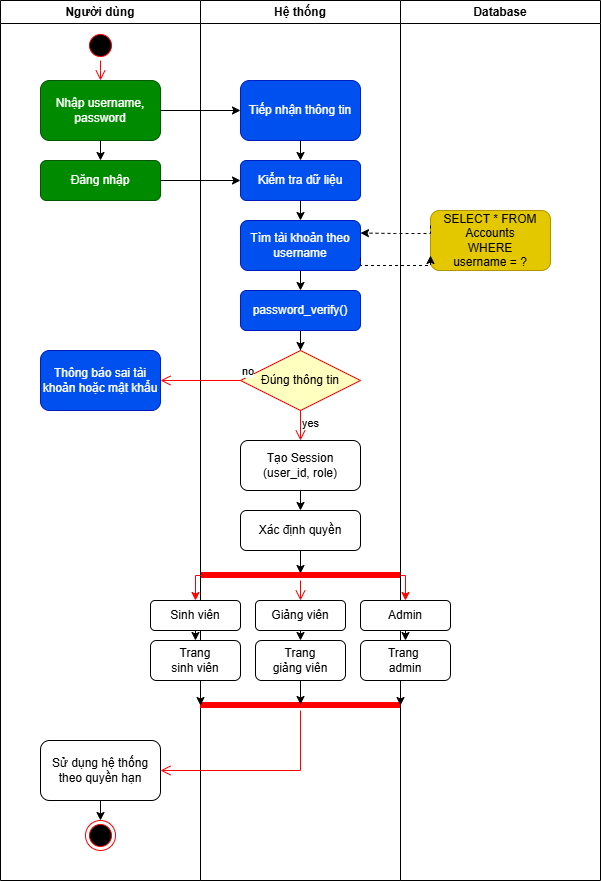
The draw.io diagram Diagrams/loginAD.png in thanhlndev/StudentManagementPHP, before a commit. Source tidied: cells renumbered, new cells last; positions are measured from the earlier drawing's top-left corner, leaving out a move shared by most shapes.
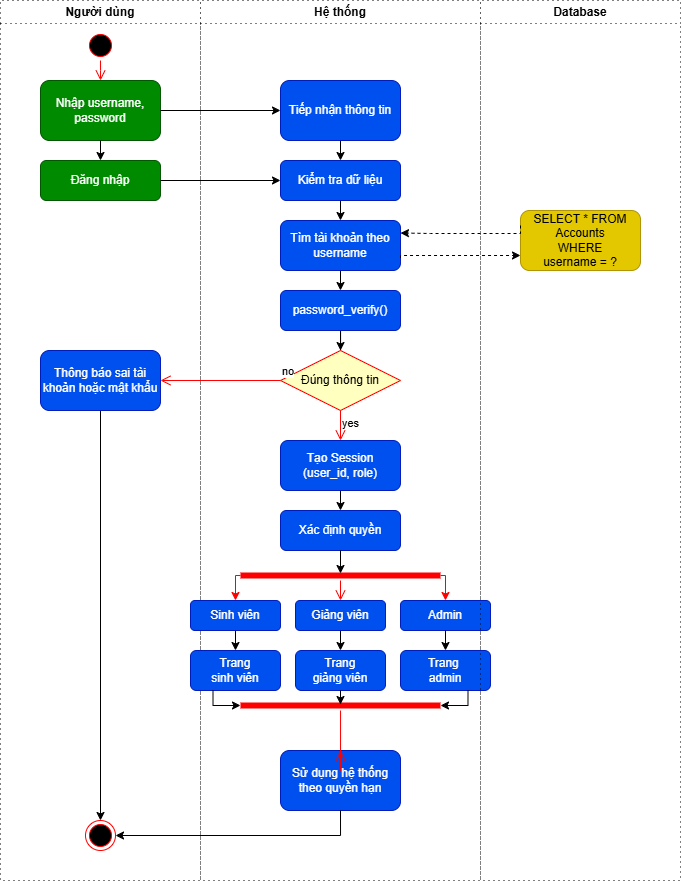
After the change.

The edit, as a diff of the source:
```diff
@@ -4,3 +4,3 @@
     <mxCell id="1" parent="0" />
-    <mxCell id="2" value="Người dùng" style="swimlane;whiteSpace=wrap;html=1;" parent="1" vertex="1">
+    <mxCell id="2" value="Người dùng" style="swimlane;whiteSpace=wrap;html=1;strokeColor=light-dark(#000000,#000000);dashed=1;dashPattern=1 4;" parent="1" vertex="1">
       <mxGeometry width="200" height="880" as="geometry" />
@@ -10,2 +10,5 @@
     </mxCell>
+    <mxCell id="52" style="edgeStyle=orthogonalEdgeStyle;rounded=0;jettySize=auto;html=1;exitX=0.5;exitY=1;exitDx=0;exitDy=0;entryX=0.5;entryY=0;entryDx=0;entryDy=0;strokeColor=light-dark(#000000,#000000);" parent="2" edge="1" source="4" target="7">
+      <mxGeometry relative="1" as="geometry" />
+    </mxCell>
     <mxCell id="4" value="Thông báo sai tài khoản hoặc mật khẩu" style="rounded=1;whiteSpace=wrap;html=1;fillColor=#0050ef;fontColor=#ffffff;strokeColor=#001DBC;" parent="2" vertex="1">
@@ -16,5 +19,2 @@
     </mxCell>
-    <mxCell id="6" style="shape=line;html=1;strokeWidth=6;strokeColor=#ff0000;" parent="2" vertex="1">
-      <mxGeometry x="200" y="570" width="200" height="10" as="geometry" />
-    </mxCell>
     <mxCell id="7" style="ellipse;html=1;shape=endState;fillColor=#000000;strokeColor=#ff0000;" parent="2" vertex="1">
@@ -22,10 +22,4 @@
     </mxCell>
-    <mxCell id="8" style="edgeStyle=orthogonalEdgeStyle;rounded=0;jettySize=auto;html=1;exitX=0.5;exitY=1;exitDx=0;exitDy=0;entryX=0.5;entryY=0;entryDx=0;entryDy=0;" parent="2" edge="1" source="9" target="7">
-      <mxGeometry relative="1" as="geometry" />
-    </mxCell>
-    <mxCell id="9" value="Sử dụng hệ thống theo quyền hạn" style="rounded=1;whiteSpace=wrap;html=1;" parent="2" vertex="1">
-      <mxGeometry x="40" y="740" width="120" height="60" as="geometry" />
-    </mxCell>
-    <mxCell id="10" value="Hệ thống" style="swimlane;whiteSpace=wrap;html=1;" parent="1" vertex="1">
-      <mxGeometry x="200" width="200" height="880" as="geometry" />
+    <mxCell id="10" value="Hệ thống" style="swimlane;whiteSpace=wrap;html=1;strokeColor=light-dark(#000000,#000000);dashed=1;dashPattern=1 4;" parent="1" vertex="1">
+      <mxGeometry x="200" width="280" height="880" as="geometry" />
     </mxCell>
@@ -34,3 +28,3 @@
     </mxCell>
-    <mxCell id="12" style="edgeStyle=orthogonalEdgeStyle;rounded=0;jettySize=auto;html=1;exitX=0.5;exitY=1;exitDx=0;exitDy=0;entryX=0.5;entryY=0;entryDx=0;entryDy=0;" parent="10" edge="1" source="13" target="15">
+    <mxCell id="12" style="edgeStyle=orthogonalEdgeStyle;rounded=0;jettySize=auto;html=1;exitX=0.5;exitY=1;exitDx=0;exitDy=0;entryX=0.5;entryY=0;entryDx=0;entryDy=0;strokeColor=light-dark(#000000,#000000);" parent="10" edge="1" source="13" target="15">
       <mxGeometry relative="1" as="geometry" />
@@ -38,5 +32,5 @@
     <mxCell id="13" value="Tiếp nhận thông tin" style="rounded=1;whiteSpace=wrap;html=1;fillColor=#0050ef;fontColor=#ffffff;strokeColor=#001DBC;" parent="10" vertex="1">
-      <mxGeometry x="40" y="80" width="120" height="60" as="geometry" />
+      <mxGeometry x="80" y="80" width="120" height="60" as="geometry" />
     </mxCell>
-    <mxCell id="14" style="edgeStyle=orthogonalEdgeStyle;rounded=0;jettySize=auto;html=1;exitX=0.5;exitY=1;exitDx=0;exitDy=0;entryX=0.5;entryY=0;entryDx=0;entryDy=0;" parent="10" edge="1" source="15" target="17">
+    <mxCell id="14" style="edgeStyle=orthogonalEdgeStyle;rounded=0;jettySize=auto;html=1;exitX=0.5;exitY=1;exitDx=0;exitDy=0;entryX=0.5;entryY=0;entryDx=0;entryDy=0;strokeColor=light-dark(#000000,#000000);" parent="10" edge="1" source="15" target="17">
       <mxGeometry relative="1" as="geometry" />
@@ -44,5 +38,5 @@
     <mxCell id="15" value="Kiểm tra dữ liệu" style="rounded=1;whiteSpace=wrap;html=1;fillColor=#0050ef;fontColor=#ffffff;strokeColor=#001DBC;" parent="10" vertex="1">
-      <mxGeometry x="40" y="160" width="120" height="40" as="geometry" />
+      <mxGeometry x="80" y="160" width="120" height="40" as="geometry" />
     </mxCell>
-    <mxCell id="16" style="edgeStyle=orthogonalEdgeStyle;rounded=0;jettySize=auto;html=1;exitX=0.5;exitY=1;exitDx=0;exitDy=0;entryX=0.5;entryY=0;entryDx=0;entryDy=0;" parent="10" edge="1" source="17" target="19">
+    <mxCell id="16" style="edgeStyle=orthogonalEdgeStyle;rounded=0;jettySize=auto;html=1;exitX=0.5;exitY=1;exitDx=0;exitDy=0;entryX=0.5;entryY=0;entryDx=0;entryDy=0;strokeColor=light-dark(#000000,#000000);" parent="10" edge="1" source="17" target="19">
       <mxGeometry relative="1" as="geometry" />
@@ -50,5 +44,5 @@
     <mxCell id="17" value="Tìm tài khoản theo username" style="rounded=1;whiteSpace=wrap;html=1;fillColor=#0050ef;fontColor=#ffffff;strokeColor=#001DBC;" parent="10" vertex="1">
-      <mxGeometry x="40" y="220" width="120" height="50" as="geometry" />
+      <mxGeometry x="80" y="220" width="120" height="50" as="geometry" />
     </mxCell>
-    <mxCell id="18" style="edgeStyle=orthogonalEdgeStyle;rounded=0;jettySize=auto;html=1;exitX=0.5;exitY=1;exitDx=0;exitDy=0;" parent="10" edge="1" source="19" target="21">
+    <mxCell id="18" style="edgeStyle=orthogonalEdgeStyle;rounded=0;jettySize=auto;html=1;exitX=0.5;exitY=1;exitDx=0;exitDy=0;strokeColor=light-dark(#000000,#000000);" parent="10" edge="1" source="19" target="21">
       <mxGeometry relative="1" as="geometry" />
@@ -56,5 +50,5 @@
     <mxCell id="19" value="password_verify()" style="rounded=1;whiteSpace=wrap;html=1;fillColor=#0050ef;fontColor=#ffffff;strokeColor=#001DBC;" parent="10" vertex="1">
-      <mxGeometry x="40" y="290" width="120" height="40" as="geometry" />
+      <mxGeometry x="80" y="290" width="120" height="40" as="geometry" />
     </mxCell>
-    <mxCell id="20" style="edgeStyle=orthogonalEdgeStyle;rounded=0;jettySize=auto;html=1;exitX=1;exitY=0.5;exitDx=0;exitDy=0;" parent="10" edge="1" source="11" target="13">
+    <mxCell id="20" style="edgeStyle=orthogonalEdgeStyle;rounded=0;jettySize=auto;html=1;exitX=1;exitY=0.5;exitDx=0;exitDy=0;strokeColor=light-dark(#000000,#000000);" parent="10" edge="1" source="11" target="13">
       <mxGeometry relative="1" as="geometry" />
@@ -62,3 +56,3 @@
     <mxCell id="21" value="Đúng thông tin" style="rhombus;whiteSpace=wrap;html=1;fontColor=#000000;fillColor=#ffffc0;strokeColor=#ff0000;" parent="10" vertex="1">
-      <mxGeometry x="40" y="350" width="120" height="60" as="geometry" />
+      <mxGeometry x="80" y="350" width="120" height="60" as="geometry" />
     </mxCell>
@@ -72,37 +66,90 @@
     </mxCell>
-    <mxCell id="24" style="edgeStyle=orthogonalEdgeStyle;rounded=0;jettySize=auto;html=1;exitX=0.5;exitY=1;exitDx=0;exitDy=0;entryX=0.5;entryY=0;entryDx=0;entryDy=0;" parent="10" edge="1" source="25" target="26">
+    <mxCell id="24" style="edgeStyle=orthogonalEdgeStyle;rounded=0;jettySize=auto;html=1;exitX=0.5;exitY=1;exitDx=0;exitDy=0;entryX=0.5;entryY=0;entryDx=0;entryDy=0;strokeColor=light-dark(#000000,#000000);" parent="10" edge="1" source="25" target="26">
       <mxGeometry relative="1" as="geometry" />
     </mxCell>
-    <mxCell id="25" value="Tạo Session&lt;br&gt;(user_id, role)" style="rounded=1;whiteSpace=wrap;html=1;" parent="10" vertex="1">
-      <mxGeometry x="40" y="440" width="120" height="50" as="geometry" />
+    <mxCell id="25" value="Tạo Session&lt;br&gt;(user_id, role)" style="rounded=1;whiteSpace=wrap;html=1;fillColor=#0050ef;fontColor=#ffffff;strokeColor=#001DBC;" parent="10" vertex="1">
+      <mxGeometry x="80" y="440" width="120" height="50" as="geometry" />
     </mxCell>
-    <mxCell id="26" value="Xác định quyền" style="rounded=1;whiteSpace=wrap;html=1;" parent="10" vertex="1">
-      <mxGeometry x="40" y="510" width="120" height="40" as="geometry" />
+    <mxCell id="26" value="Xác định quyền" style="rounded=1;whiteSpace=wrap;html=1;fillColor=#0050ef;fontColor=#ffffff;strokeColor=#001DBC;" parent="10" vertex="1">
+      <mxGeometry x="80" y="510" width="120" height="40" as="geometry" />
     </mxCell>
-    <mxCell id="27" style="edgeStyle=orthogonalEdgeStyle;rounded=0;jettySize=auto;html=1;exitX=0.5;exitY=1;exitDx=0;exitDy=0;entryX=0.5;entryY=0;entryDx=0;entryDy=0;" parent="10" edge="1" source="28" target="31">
+    <mxCell id="27" style="edgeStyle=orthogonalEdgeStyle;rounded=0;jettySize=auto;html=1;exitX=0.5;exitY=1;exitDx=0;exitDy=0;entryX=0.5;entryY=0;entryDx=0;entryDy=0;strokeColor=light-dark(#000000,#000000);" parent="10" edge="1" source="28" target="31">
       <mxGeometry relative="1" as="geometry" />
     </mxCell>
-    <mxCell id="28" value="Giảng viên" style="rounded=1;whiteSpace=wrap;html=1;" parent="10" vertex="1">
-      <mxGeometry x="55" y="600" width="90" height="30" as="geometry" />
+    <mxCell id="28" value="Giảng viên" style="rounded=1;whiteSpace=wrap;html=1;fillColor=#0050ef;fontColor=#ffffff;strokeColor=#001DBC;" parent="10" vertex="1">
+      <mxGeometry x="95" y="600" width="90" height="30" as="geometry" />
     </mxCell>
-    <mxCell id="29" style="edgeStyle=orthogonalEdgeStyle;rounded=0;jettySize=auto;html=1;exitX=0.5;exitY=1;exitDx=0;exitDy=0;entryX=0.5;entryY=0;entryDx=0;entryDy=0;" parent="10" edge="1" source="30" target="32">
+    <mxCell id="29" style="edgeStyle=orthogonalEdgeStyle;rounded=0;jettySize=auto;html=1;exitX=0.5;exitY=1;exitDx=0;exitDy=0;entryX=0.5;entryY=0;entryDx=0;entryDy=0;strokeColor=light-dark(#000000,#000000);" parent="10" edge="1" source="30" target="32">
       <mxGeometry relative="1" as="geometry" />
     </mxCell>
-    <mxCell id="30" value="Sinh viên" style="rounded=1;whiteSpace=wrap;html=1;" parent="10" vertex="1">
-      <mxGeometry x="-50" y="600" width="90" height="30" as="geometry" />
+    <mxCell id="30" value="Sinh viên" style="rounded=1;whiteSpace=wrap;html=1;fillColor=#0050ef;fontColor=#ffffff;strokeColor=#001DBC;" parent="10" vertex="1">
+      <mxGeometry x="-10" y="600" width="90" height="30" as="geometry" />
     </mxCell>
-    <mxCell id="31" value="Trang&lt;br&gt;giảng viên" style="rounded=1;whiteSpace=wrap;html=1;" parent="10" vertex="1">
-      <mxGeometry x="55" y="640" width="90" height="40" as="geometry" />
+    <mxCell id="31" value="Trang&lt;br&gt;giảng viên" style="rounded=1;whiteSpace=wrap;html=1;fillColor=#0050ef;fontColor=#ffffff;strokeColor=#001DBC;" parent="10" vertex="1">
+      <mxGeometry x="95" y="650" width="90" height="40" as="geometry" />
     </mxCell>
-    <mxCell id="32" value="Trang&lt;br&gt;sinh viên" style="rounded=1;whiteSpace=wrap;html=1;" parent="10" vertex="1">
-      <mxGeometry x="-50" y="640" width="90" height="40" as="geometry" />
+    <mxCell id="32" value="Trang&lt;br&gt;sinh viên" style="rounded=1;whiteSpace=wrap;html=1;fillColor=#0050ef;fontColor=#ffffff;strokeColor=#001DBC;" parent="10" vertex="1">
+      <mxGeometry x="-10" y="650" width="90" height="40" as="geometry" />
     </mxCell>
     <mxCell id="33" style="shape=line;html=1;strokeWidth=6;strokeColor=#ff0000;" parent="10" vertex="1">
-      <mxGeometry y="700" width="200" height="10" as="geometry" />
+      <mxGeometry x="40" y="700" width="200" height="10" as="geometry" />
     </mxCell>
-    <mxCell id="34" style="edgeStyle=orthogonalEdgeStyle;rounded=0;jettySize=auto;html=1;exitX=0.5;exitY=1;exitDx=0;exitDy=0;entryX=0.5;entryY=0.4;entryDx=0;entryDy=0;entryPerimeter=0;" parent="10" edge="1" source="31" target="33">
+    <mxCell id="34" style="edgeStyle=orthogonalEdgeStyle;rounded=0;jettySize=auto;html=1;exitX=0.5;exitY=1;exitDx=0;exitDy=0;entryX=0.5;entryY=0.4;entryDx=0;entryDy=0;entryPerimeter=0;strokeColor=light-dark(#000000,#000000);" parent="10" edge="1" source="31" target="33">
       <mxGeometry relative="1" as="geometry" />
     </mxCell>
+    <mxCell id="9" value="Sử dụng hệ thống theo quyền hạn" style="rounded=1;whiteSpace=wrap;html=1;fillColor=#0050ef;fontColor=#ffffff;strokeColor=#001DBC;" parent="10" vertex="1">
+      <mxGeometry x="80" y="750" width="120" height="60" as="geometry" />
+    </mxCell>
+    <mxCell id="51" style="edgeStyle=orthogonalEdgeStyle;html=1;verticalAlign=bottom;endArrow=open;endSize=8;strokeColor=#ff0000;rounded=0;entryX=0.5;entryY=0;entryDx=0;entryDy=0;" parent="10" edge="1" source="33" target="9">
+      <mxGeometry relative="1" as="geometry">
+        <Array as="points">
+          <mxPoint x="140" y="770" />
+        </Array>
+      </mxGeometry>
+    </mxCell>
+    <mxCell id="44" value="Trang&amp;nbsp;&lt;br&gt;admin" style="rounded=1;whiteSpace=wrap;html=1;fillColor=#0050ef;fontColor=#ffffff;strokeColor=#001DBC;" parent="10" vertex="1">
+      <mxGeometry x="200" y="650" width="90" height="40" as="geometry" />
+    </mxCell>
+    <mxCell id="43" value="Admin" style="rounded=1;whiteSpace=wrap;html=1;fillColor=#0050ef;fontColor=#ffffff;strokeColor=#001DBC;" parent="10" vertex="1">
+      <mxGeometry x="200" y="600" width="90" height="30" as="geometry" />
+    </mxCell>
+    <mxCell id="42" style="edgeStyle=orthogonalEdgeStyle;rounded=0;jettySize=auto;html=1;exitX=0.5;exitY=1;exitDx=0;exitDy=0;entryX=0.5;entryY=0;entryDx=0;entryDy=0;strokeColor=light-dark(#000000,#000000);" parent="10" edge="1" source="43" target="44">
+      <mxGeometry relative="1" as="geometry" />
+    </mxCell>
+    <mxCell id="6" style="shape=line;html=1;strokeWidth=6;strokeColor=#ff0000;" parent="10" vertex="1">
+      <mxGeometry x="40" y="570" width="200" height="10" as="geometry" />
+    </mxCell>
+    <mxCell id="39" style="edgeStyle=orthogonalEdgeStyle;rounded=0;jettySize=auto;html=1;exitX=0.5;exitY=1;exitDx=0;exitDy=0;entryX=0.5;entryY=0.3;entryDx=0;entryDy=0;entryPerimeter=0;strokeColor=light-dark(#000000,#000000);" parent="10" edge="1" source="26" target="6">
+      <mxGeometry relative="1" as="geometry" />
+    </mxCell>
+    <mxCell id="47" style="edgeStyle=orthogonalEdgeStyle;rounded=0;jettySize=auto;html=1;exitX=1;exitY=0.5;exitDx=0;exitDy=0;exitPerimeter=0;strokeColor=#ff0000;entryX=0.5;entryY=0;entryDx=0;entryDy=0;" parent="10" edge="1" source="6" target="43">
+      <mxGeometry relative="1" as="geometry">
+        <Array as="points">
+          <mxPoint x="245" y="575" />
+        </Array>
+      </mxGeometry>
+    </mxCell>
+    <mxCell id="48" style="edgeStyle=orthogonalEdgeStyle;rounded=0;jettySize=auto;html=1;exitX=0;exitY=0.5;exitDx=0;exitDy=0;exitPerimeter=0;strokeColor=#ff0000;entryX=0.5;entryY=0;entryDx=0;entryDy=0;" parent="10" edge="1" source="6" target="30">
+      <mxGeometry relative="1" as="geometry">
+        <Array as="points">
+          <mxPoint x="35" y="575" />
+        </Array>
+      </mxGeometry>
+    </mxCell>
+    <mxCell id="49" style="edgeStyle=orthogonalEdgeStyle;html=1;verticalAlign=bottom;endArrow=open;endSize=8;strokeColor=#ff0000;rounded=0;entryX=0.5;entryY=0;entryDx=0;entryDy=0;" parent="10" edge="1" source="6" target="28">
+      <mxGeometry relative="1" as="geometry" />
+    </mxCell>
+    <mxCell id="50" style="edgeStyle=orthogonalEdgeStyle;rounded=0;jettySize=auto;html=1;exitX=0.75;exitY=1;exitDx=0;exitDy=0;entryX=1;entryY=0.5;entryDx=0;entryDy=0;entryPerimeter=0;fontColor=#FFFFFF;strokeColor=light-dark(#000000,#000000);" parent="10" edge="1" source="44" target="33">
+      <mxGeometry relative="1" as="geometry">
+        <Array as="points">
+          <mxPoint x="267" y="705" />
+        </Array>
+      </mxGeometry>
+    </mxCell>
-    <mxCell id="35" style="edgeStyle=orthogonalEdgeStyle;rounded=0;jettySize=auto;html=1;exitX=0.5;exitY=1;exitDx=0;exitDy=0;entryX=0;entryY=0.5;entryDx=0;entryDy=0;entryPerimeter=0;" parent="10" edge="1" source="32" target="33">
-      <mxGeometry relative="1" as="geometry" />
+    <mxCell id="35" style="edgeStyle=orthogonalEdgeStyle;rounded=0;jettySize=auto;html=1;exitX=0.25;exitY=1;exitDx=0;exitDy=0;entryX=0;entryY=0.5;entryDx=0;entryDy=0;entryPerimeter=0;fontColor=#FFFFFF;strokeColor=light-dark(#000000,#000000);" parent="10" edge="1" source="32" target="33">
+      <mxGeometry relative="1" as="geometry">
+        <Array as="points">
+          <mxPoint x="13" y="705" />
+        </Array>
+      </mxGeometry>
     </mxCell>
@@ -116,27 +163,15 @@
     </mxCell>
-    <mxCell id="37" style="edgeStyle=orthogonalEdgeStyle;rounded=0;jettySize=auto;html=1;exitX=0.5;exitY=1;exitDx=0;exitDy=0;entryX=0.5;entryY=0;entryDx=0;entryDy=0;" parent="1" edge="1" source="11" target="5">
+    <mxCell id="37" style="edgeStyle=orthogonalEdgeStyle;rounded=0;jettySize=auto;html=1;exitX=0.5;exitY=1;exitDx=0;exitDy=0;entryX=0.5;entryY=0;entryDx=0;entryDy=0;strokeColor=light-dark(#000000,#000000);" parent="1" edge="1" source="11" target="5">
       <mxGeometry relative="1" as="geometry" />
     </mxCell>
-    <mxCell id="38" style="edgeStyle=orthogonalEdgeStyle;rounded=0;jettySize=auto;html=1;exitX=1;exitY=0.5;exitDx=0;exitDy=0;entryX=0;entryY=0.5;entryDx=0;entryDy=0;" parent="1" edge="1" source="5" target="15">
+    <mxCell id="38" style="edgeStyle=orthogonalEdgeStyle;rounded=0;jettySize=auto;html=1;exitX=1;exitY=0.5;exitDx=0;exitDy=0;entryX=0;entryY=0.5;entryDx=0;entryDy=0;strokeColor=light-dark(#000000,#000000);" parent="1" edge="1" source="5" target="15">
       <mxGeometry relative="1" as="geometry" />
     </mxCell>
-    <mxCell id="39" style="edgeStyle=orthogonalEdgeStyle;rounded=0;jettySize=auto;html=1;exitX=0.5;exitY=1;exitDx=0;exitDy=0;entryX=0.5;entryY=0.3;entryDx=0;entryDy=0;entryPerimeter=0;" parent="1" edge="1" source="26" target="6">
-      <mxGeometry relative="1" as="geometry" />
-    </mxCell>
-    <mxCell id="40" value="Database" style="swimlane;whiteSpace=wrap;html=1;strokeColor=default;" parent="1" vertex="1">
-      <mxGeometry x="400" width="200" height="880" as="geometry" />
+    <mxCell id="40" value="Database" style="swimlane;whiteSpace=wrap;html=1;strokeColor=light-dark(#000000,#000000);dashed=1;dashPattern=1 4;" parent="1" vertex="1">
+      <mxGeometry x="480" width="200" height="880" as="geometry" />
     </mxCell>
     <mxCell id="41" value="SELECT * FROM&lt;br&gt;Accounts&lt;br&gt;WHERE&lt;br&gt;username = ?" style="rounded=1;whiteSpace=wrap;html=1;fillColor=#e3c800;fontColor=#000000;strokeColor=#B09500;" parent="40" vertex="1">
-      <mxGeometry x="30" y="210" width="120" height="60" as="geometry" />
+      <mxGeometry x="40" y="210" width="120" height="60" as="geometry" />
     </mxCell>
-    <mxCell id="42" style="edgeStyle=orthogonalEdgeStyle;rounded=0;jettySize=auto;html=1;exitX=0.5;exitY=1;exitDx=0;exitDy=0;entryX=0.5;entryY=0;entryDx=0;entryDy=0;" parent="40" edge="1" source="43" target="44">
-      <mxGeometry relative="1" as="geometry" />
-    </mxCell>
-    <mxCell id="43" value="Admin" style="rounded=1;whiteSpace=wrap;html=1;" parent="40" vertex="1">
-      <mxGeometry x="-40" y="600" width="90" height="30" as="geometry" />
-    </mxCell>
-    <mxCell id="44" value="Trang&amp;nbsp;&lt;br&gt;admin" style="rounded=1;whiteSpace=wrap;html=1;" parent="40" vertex="1">
-      <mxGeometry x="-40" y="640" width="90" height="40" as="geometry" />
-    </mxCell>
-    <mxCell id="45" style="edgeStyle=orthogonalEdgeStyle;rounded=0;jettySize=auto;html=1;exitX=0;exitY=0.25;exitDx=0;exitDy=0;entryX=1;entryY=0.25;entryDx=0;entryDy=0;dashed=1;" parent="1" edge="1" source="41" target="17">
+    <mxCell id="45" style="edgeStyle=orthogonalEdgeStyle;rounded=0;jettySize=auto;html=1;exitX=0;exitY=0.25;exitDx=0;exitDy=0;entryX=1;entryY=0.25;entryDx=0;entryDy=0;dashed=1;strokeColor=light-dark(#000000,#000000);" parent="1" edge="1" source="41" target="17">
       <mxGeometry relative="1" as="geometry">
@@ -148,6 +183,6 @@
     </mxCell>
-    <mxCell id="46" style="edgeStyle=orthogonalEdgeStyle;rounded=0;jettySize=auto;html=1;exitX=1;exitY=0.75;exitDx=0;exitDy=0;entryX=0;entryY=0.75;entryDx=0;entryDy=0;dashed=1;" parent="1" edge="1" source="17" target="41">
+    <mxCell id="46" style="edgeStyle=orthogonalEdgeStyle;rounded=0;jettySize=auto;html=1;exitX=1;exitY=0.75;exitDx=0;exitDy=0;entryX=0;entryY=0.75;entryDx=0;entryDy=0;dashed=1;strokeColor=light-dark(#000000,#000000);" parent="1" edge="1" source="17" target="41">
       <mxGeometry relative="1" as="geometry">
         <Array as="points">
-          <mxPoint x="360" y="265" />
+          <mxPoint x="400" y="255" />
         </Array>
@@ -155,29 +190,5 @@
     </mxCell>
-    <mxCell id="47" style="edgeStyle=orthogonalEdgeStyle;rounded=0;jettySize=auto;html=1;exitX=1;exitY=0.5;exitDx=0;exitDy=0;exitPerimeter=0;strokeColor=#ff0000;entryX=0.5;entryY=0;entryDx=0;entryDy=0;" parent="1" edge="1" source="6" target="43">
-      <mxGeometry relative="1" as="geometry">
-        <Array as="points">
-          <mxPoint x="405" y="575" />
-        </Array>
-      </mxGeometry>
-    </mxCell>
-    <mxCell id="48" style="edgeStyle=orthogonalEdgeStyle;rounded=0;jettySize=auto;html=1;exitX=0;exitY=0.5;exitDx=0;exitDy=0;exitPerimeter=0;strokeColor=#ff0000;entryX=0.5;entryY=0;entryDx=0;entryDy=0;" parent="1" edge="1" source="6" target="30">
-      <mxGeometry relative="1" as="geometry">
-        <Array as="points">
-          <mxPoint x="195" y="575" />
-        </Array>
-      </mxGeometry>
-    </mxCell>
-    <mxCell id="49" style="edgeStyle=orthogonalEdgeStyle;html=1;verticalAlign=bottom;endArrow=open;endSize=8;strokeColor=#ff0000;rounded=0;entryX=0.5;entryY=0;entryDx=0;entryDy=0;" parent="1" edge="1" source="6" target="28">
-      <mxGeometry relative="1" as="geometry" />
-    </mxCell>
-    <mxCell id="50" style="edgeStyle=orthogonalEdgeStyle;rounded=0;jettySize=auto;html=1;exitX=0.5;exitY=1;exitDx=0;exitDy=0;entryX=1;entryY=0.5;entryDx=0;entryDy=0;entryPerimeter=0;" parent="1" edge="1" source="44" target="33">
-      <mxGeometry relative="1" as="geometry" />
-    </mxCell>
-    <mxCell id="51" style="edgeStyle=orthogonalEdgeStyle;html=1;verticalAlign=bottom;endArrow=open;endSize=8;strokeColor=#ff0000;rounded=0;entryX=1;entryY=0.5;entryDx=0;entryDy=0;" parent="1" edge="1" source="33" target="9">
-      <mxGeometry relative="1" as="geometry">
-        <Array as="points">
-          <mxPoint x="300" y="770" />
-        </Array>
-      </mxGeometry>
-    </mxCell>
+    <mxCell id="8" style="edgeStyle=orthogonalEdgeStyle;rounded=0;jettySize=auto;html=1;exitX=0.5;exitY=1;exitDx=0;exitDy=0;entryX=1;entryY=0.5;entryDx=0;entryDy=0;strokeColor=light-dark(#000000,#000000);" parent="1" edge="1" source="9" target="7">
+      <mxGeometry relative="1" as="geometry" />
+    </mxCell>
   </root>
```
